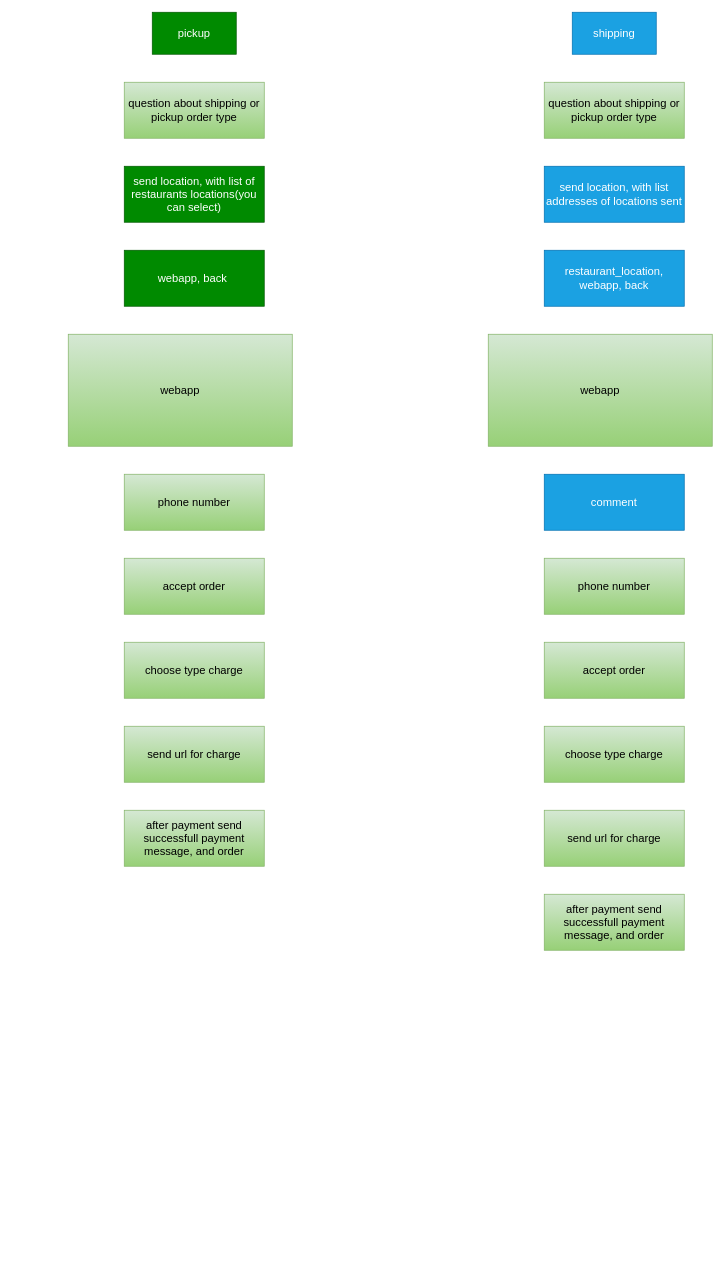
This is page "product_add_view" (3 of 3) of restaurant.drawio from KmvRoman/Diagrams, a draw.io file, before an edit. Source tidied: cells renumbered, new cells numbered last; positions are measured from the earlier drawing's top-left corner, leaving out a move shared by most shapes. Both pictures are drawn from the tidied source at 70%, with x=0, y=0 at pixel (68, 12).
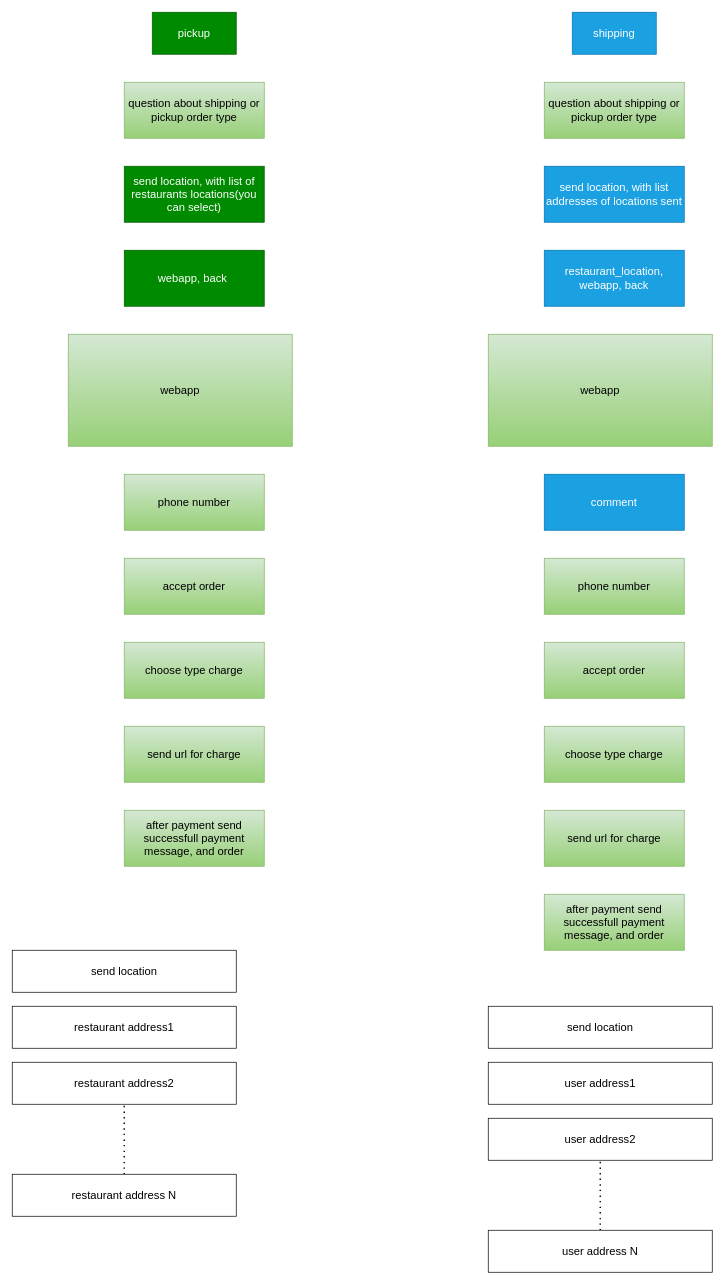
The same diagram, later.

The edit, as a diff of the source:
```diff
@@
+    <mxCell id="23" value="send location" style="rounded=0;whiteSpace=wrap;html=1;fontSize=16;" parent="1" vertex="1">
+      <mxGeometry x="-80" y="1340" width="320" height="60" as="geometry" />
+    </mxCell>
+    <mxCell id="24" value="restaurant address1" style="rounded=0;whiteSpace=wrap;html=1;fontSize=16;" parent="1" vertex="1">
+      <mxGeometry x="-80" y="1420" width="320" height="60" as="geometry" />
+    </mxCell>
+    <mxCell id="25" value="restaurant address2" style="rounded=0;whiteSpace=wrap;html=1;fontSize=16;" parent="1" vertex="1">
+      <mxGeometry x="-80" y="1500" width="320" height="60" as="geometry" />
+    </mxCell>
+    <mxCell id="26" style="endArrow=none;dashed=1;html=1;dashPattern=1 3;strokeWidth=2;rounded=0;fontSize=12;startSize=8;endSize=8;curved=1;entryX=0.5;entryY=1;entryDx=0;entryDy=0;exitX=0.5;exitY=0;exitDx=0;exitDy=0;" parent="1" edge="1" source="27" target="25">
+      <mxGeometry relative="1" as="geometry" />
+    </mxCell>
+    <mxCell id="27" value="restaurant address N" style="rounded=0;whiteSpace=wrap;html=1;fontSize=16;" parent="1" vertex="1">
+      <mxGeometry x="-80" y="1660" width="320" height="60" as="geometry" />
+    </mxCell>
+    <mxCell id="28" value="send location" style="rounded=0;whiteSpace=wrap;html=1;fontSize=16;" parent="1" vertex="1">
+      <mxGeometry x="600" y="1420" width="320" height="60" as="geometry" />
+    </mxCell>
+    <mxCell id="29" value="user address1" style="rounded=0;whiteSpace=wrap;html=1;fontSize=16;" parent="1" vertex="1">
+      <mxGeometry x="600" y="1500" width="320" height="60" as="geometry" />
+    </mxCell>
+    <mxCell id="30" value="user address2" style="rounded=0;whiteSpace=wrap;html=1;fontSize=16;" parent="1" vertex="1">
+      <mxGeometry x="600" y="1580" width="320" height="60" as="geometry" />
+    </mxCell>
+    <mxCell id="31" style="endArrow=none;dashed=1;html=1;dashPattern=1 3;strokeWidth=2;rounded=0;fontSize=12;startSize=8;endSize=8;curved=1;entryX=0.5;entryY=1;entryDx=0;entryDy=0;exitX=0.5;exitY=0;exitDx=0;exitDy=0;" parent="1" edge="1" source="32" target="30">
+      <mxGeometry relative="1" as="geometry" />
+    </mxCell>
+    <mxCell id="32" value="user address N" style="rounded=0;whiteSpace=wrap;html=1;fontSize=16;" parent="1" vertex="1">
+      <mxGeometry x="600" y="1740" width="320" height="60" as="geometry" />
+    </mxCell>
```
